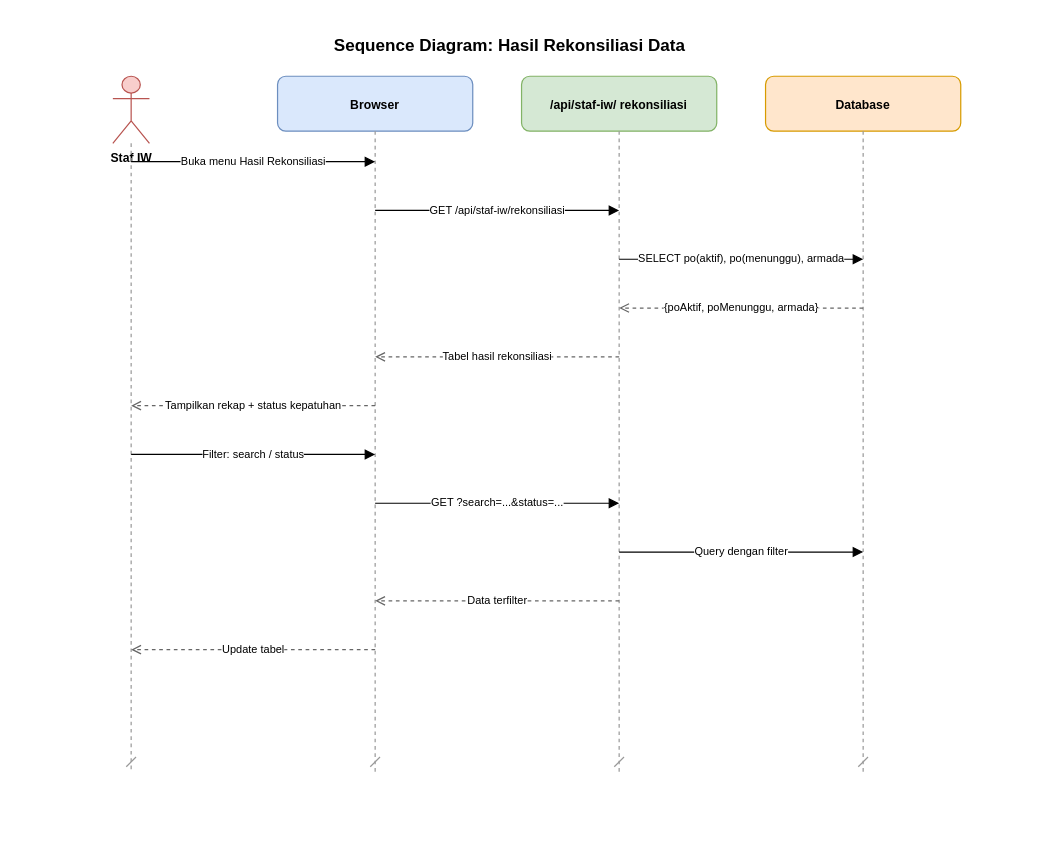
Earlier version of the draw.io diagram docs/diagrams/sequence/17-sq-hasil-rekonsiliasi-data.drawio (RyanGLoomy/terminal-iwkbu). Source tidied: cells renumbered, new cells numbered last; positions are measured from the earlier drawing's top-left corner, leaving out a move shared by most shapes. Both pictures are drawn from the tidied source at 122%, with x=0, y=0 at pixel (57, 27).
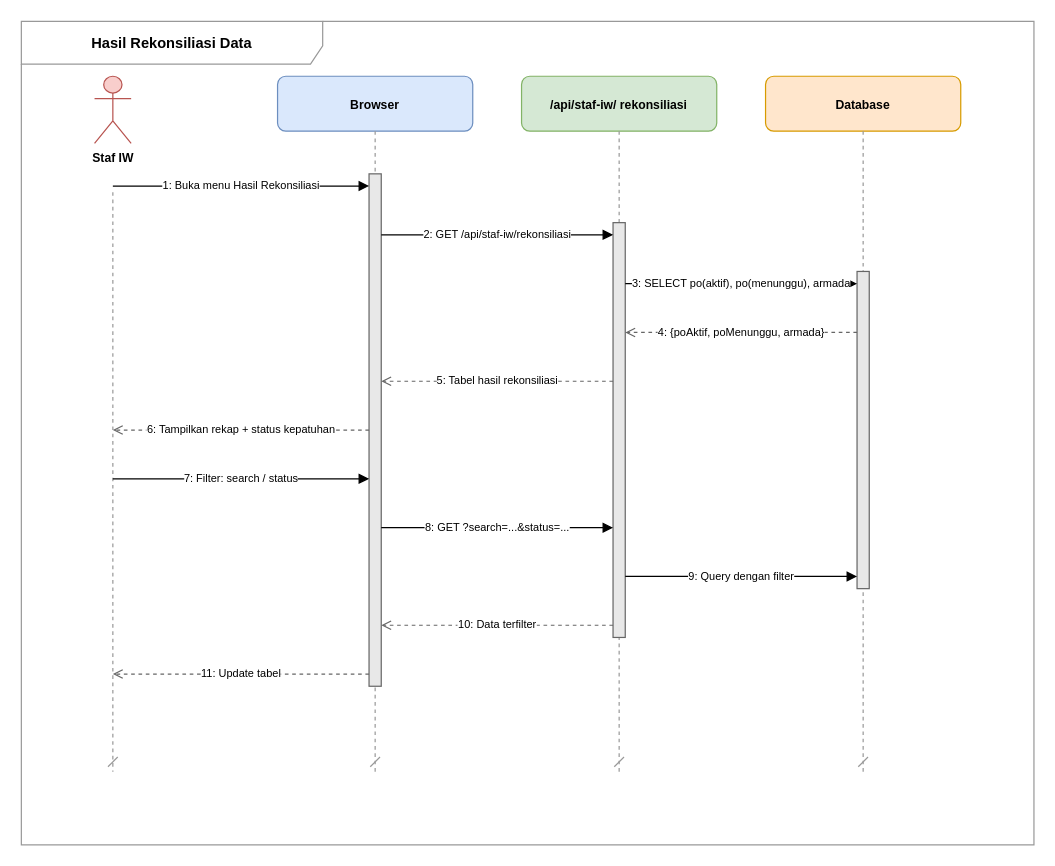
Above is the later version.

What changed in the source:
```diff
@@
-    <mxCell id="2" value="Sequence Diagram: Hasil Rekonsiliasi Data" style="text;html=1;align=center;verticalAlign=middle;fontSize=14;fontStyle=1;strokeColor=none;fillColor=none;" parent="1" vertex="1">
-      <mxGeometry width="740" height="30" as="geometry" />
-    </mxCell>
+    <mxCell id="22" value="Hasil Rekonsiliasi Data" style="shape=umlFrame;whiteSpace=wrap;html=1;fillColor=none;strokeColor=#999999;fontSize=12;fontStyle=1;lightOpacity=50;tabWidth=247;tabHeight=22;width=247;height=35;" parent="1" vertex="1">
+      <mxGeometry x="-30" y="-5" width="830" height="675" as="geometry" />
+    </mxCell>
     <mxCell id="3" value="Staf IW" style="shape=umlActor;verticalLabelPosition=bottom;verticalAlign=top;html=1;fillColor=#f8cecc;strokeColor=#b85450;fontStyle=1;fontSize=10;" parent="1" vertex="1">
-      <mxGeometry x="45" y="40" width="30" height="55" as="geometry" />
+      <mxGeometry x="30" y="40" width="30" height="55" as="geometry" />
     </mxCell>
     <mxCell id="4" style="endArrow=dash;dashed=1;html=1;strokeWidth=1;strokeColor=#999999;" parent="1" edge="1">
       <mxGeometry relative="1" as="geometry">
-        <mxPoint x="60" y="95" as="sourcePoint" />
-        <mxPoint x="60" y="610" as="targetPoint" />
+        <mxPoint x="45" y="135" as="sourcePoint" />
+        <mxPoint x="45" y="610" as="targetPoint" />
       </mxGeometry>
     </mxCell>
@@
+    <mxCell id="23" style="rounded=0;whiteSpace=wrap;html=1;fillColor=#e8e8e8;strokeColor=#666666;strokeWidth=1;" parent="1" vertex="1">
+      <mxGeometry x="255" y="120" width="10" height="420" as="geometry" />
+    </mxCell>
+    <mxCell id="24" style="rounded=0;whiteSpace=wrap;html=1;fillColor=#e8e8e8;strokeColor=#666666;strokeWidth=1;" parent="1" vertex="1">
+      <mxGeometry x="455" y="160" width="10" height="340" as="geometry" />
+    </mxCell>
+    <mxCell id="25" style="rounded=0;whiteSpace=wrap;html=1;fillColor=#e8e8e8;strokeColor=#666666;strokeWidth=1;" parent="1" vertex="1">
+      <mxGeometry x="655" y="200" width="10" height="260" as="geometry" />
+    </mxCell>
-    <mxCell id="11" value="Buka menu Hasil Rekonsiliasi" style="endArrow=block;endFill=1;html=1;fontSize=9;" parent="1" edge="1">
+    <mxCell id="11" value="1: Buka menu Hasil Rekonsiliasi" style="endArrow=block;endFill=1;html=1;fontSize=9;" parent="1" edge="1">
       <mxGeometry relative="1" as="geometry">
-        <mxPoint x="60" y="110" as="sourcePoint" />
-        <mxPoint x="260" y="110" as="targetPoint" />
+        <mxPoint x="45" y="130" as="sourcePoint" />
+        <mxPoint x="255" y="130" as="targetPoint" />
       </mxGeometry>
     </mxCell>
-    <mxCell id="12" value="GET /api/staf-iw/rekonsiliasi" style="endArrow=block;endFill=1;html=1;fontSize=9;" parent="1" edge="1">
+    <mxCell id="12" value="2: GET /api/staf-iw/rekonsiliasi" style="endArrow=block;endFill=1;html=1;fontSize=9;" parent="1" edge="1">
       <mxGeometry relative="1" as="geometry">
-        <mxPoint x="260" y="150" as="sourcePoint" />
-        <mxPoint x="460" y="150" as="targetPoint" />
+        <mxPoint x="265" y="170" as="sourcePoint" />
+        <mxPoint x="455" y="170" as="targetPoint" />
       </mxGeometry>
     </mxCell>
-    <mxCell id="13" value="SELECT po(aktif), po(menunggu), armada" style="endArrow=block;endFill=1;html=1;fontSize=9;" parent="1" edge="1">
+    <mxCell id="13" value="3: SELECT po(aktif), po(menunggu), armada" style="endArrow=block;endFill=1;html=1;fontSize=9;" parent="1" edge="1">
       <mxGeometry relative="1" as="geometry">
-        <mxPoint x="460" y="190" as="sourcePoint" />
-        <mxPoint x="660" y="190" as="targetPoint" />
+        <mxPoint x="465" y="210" as="sourcePoint" />
+        <mxPoint x="655" y="210" as="targetPoint" />
       </mxGeometry>
     </mxCell>
-    <mxCell id="14" value="{poAktif, poMenunggu, armada}" style="endArrow=open;endFill=0;dashed=1;html=1;fontSize=9;strokeColor=#666666;" parent="1" edge="1">
+    <mxCell id="14" value="4: {poAktif, poMenunggu, armada}" style="endArrow=open;endFill=0;dashed=1;html=1;fontSize=9;strokeColor=#666666;" parent="1" edge="1">
       <mxGeometry relative="1" as="geometry">
-        <mxPoint x="660" y="230" as="sourcePoint" />
-        <mxPoint x="460" y="230" as="targetPoint" />
+        <mxPoint x="655" y="250" as="sourcePoint" />
+        <mxPoint x="465" y="250" as="targetPoint" />
       </mxGeometry>
     </mxCell>
-    <mxCell id="15" value="Tabel hasil rekonsiliasi" style="endArrow=open;endFill=0;dashed=1;html=1;fontSize=9;strokeColor=#666666;" parent="1" edge="1">
+    <mxCell id="15" value="5: Tabel hasil rekonsiliasi" style="endArrow=open;endFill=0;dashed=1;html=1;fontSize=9;strokeColor=#666666;" parent="1" edge="1">
       <mxGeometry relative="1" as="geometry">
-        <mxPoint x="460" y="270" as="sourcePoint" />
-        <mxPoint x="260" y="270" as="targetPoint" />
+        <mxPoint x="455" y="290" as="sourcePoint" />
+        <mxPoint x="265" y="290" as="targetPoint" />
       </mxGeometry>
     </mxCell>
-    <mxCell id="16" value="Tampilkan rekap + status kepatuhan" style="endArrow=open;endFill=0;dashed=1;html=1;fontSize=9;strokeColor=#666666;" parent="1" edge="1">
+    <mxCell id="16" value="6: Tampilkan rekap + status kepatuhan" style="endArrow=open;endFill=0;dashed=1;html=1;fontSize=9;strokeColor=#666666;" parent="1" edge="1">
       <mxGeometry relative="1" as="geometry">
-        <mxPoint x="260" y="310" as="sourcePoint" />
-        <mxPoint x="60" y="310" as="targetPoint" />
+        <mxPoint x="255" y="330" as="sourcePoint" />
+        <mxPoint x="45" y="330" as="targetPoint" />
       </mxGeometry>
     </mxCell>
-    <mxCell id="17" value="Filter: search / status" style="endArrow=block;endFill=1;html=1;fontSize=9;" parent="1" edge="1">
+    <mxCell id="17" value="7: Filter: search / status" style="endArrow=block;endFill=1;html=1;fontSize=9;" parent="1" edge="1">
       <mxGeometry relative="1" as="geometry">
-        <mxPoint x="60" y="350" as="sourcePoint" />
-        <mxPoint x="260" y="350" as="targetPoint" />
+        <mxPoint x="45" y="370" as="sourcePoint" />
+        <mxPoint x="255" y="370" as="targetPoint" />
       </mxGeometry>
     </mxCell>
-    <mxCell id="18" value="GET ?search=...&amp;status=..." style="endArrow=block;endFill=1;html=1;fontSize=9;" parent="1" edge="1">
+    <mxCell id="18" value="8: GET ?search=...&amp;status=..." style="endArrow=block;endFill=1;html=1;fontSize=9;" parent="1" edge="1">
       <mxGeometry relative="1" as="geometry">
-        <mxPoint x="260" y="390" as="sourcePoint" />
-        <mxPoint x="460" y="390" as="targetPoint" />
+        <mxPoint x="265" y="410" as="sourcePoint" />
+        <mxPoint x="455" y="410" as="targetPoint" />
       </mxGeometry>
     </mxCell>
-    <mxCell id="19" value="Query dengan filter" style="endArrow=block;endFill=1;html=1;fontSize=9;" parent="1" edge="1">
+    <mxCell id="19" value="9: Query dengan filter" style="endArrow=block;endFill=1;html=1;fontSize=9;" parent="1" edge="1">
       <mxGeometry relative="1" as="geometry">
-        <mxPoint x="460" y="430" as="sourcePoint" />
-        <mxPoint x="660" y="430" as="targetPoint" />
+        <mxPoint x="465" y="450" as="sourcePoint" />
+        <mxPoint x="655" y="450" as="targetPoint" />
       </mxGeometry>
     </mxCell>
-    <mxCell id="20" value="Data terfilter" style="endArrow=open;endFill=0;dashed=1;html=1;fontSize=9;strokeColor=#666666;" parent="1" edge="1">
+    <mxCell id="20" value="10: Data terfilter" style="endArrow=open;endFill=0;dashed=1;html=1;fontSize=9;strokeColor=#666666;" parent="1" edge="1">
       <mxGeometry relative="1" as="geometry">
-        <mxPoint x="460" y="470" as="sourcePoint" />
-        <mxPoint x="260" y="470" as="targetPoint" />
+        <mxPoint x="455" y="490" as="sourcePoint" />
+        <mxPoint x="265" y="490" as="targetPoint" />
       </mxGeometry>
     </mxCell>
-    <mxCell id="21" value="Update tabel" style="endArrow=open;endFill=0;dashed=1;html=1;fontSize=9;strokeColor=#666666;" parent="1" edge="1">
+    <mxCell id="21" value="11: Update tabel" style="endArrow=open;endFill=0;dashed=1;html=1;fontSize=9;strokeColor=#666666;" parent="1" edge="1">
       <mxGeometry relative="1" as="geometry">
-        <mxPoint x="260" y="510" as="sourcePoint" />
-        <mxPoint x="60" y="510" as="targetPoint" />
+        <mxPoint x="255" y="530" as="sourcePoint" />
+        <mxPoint x="45" y="530" as="targetPoint" />
       </mxGeometry>
     </mxCell>
```
